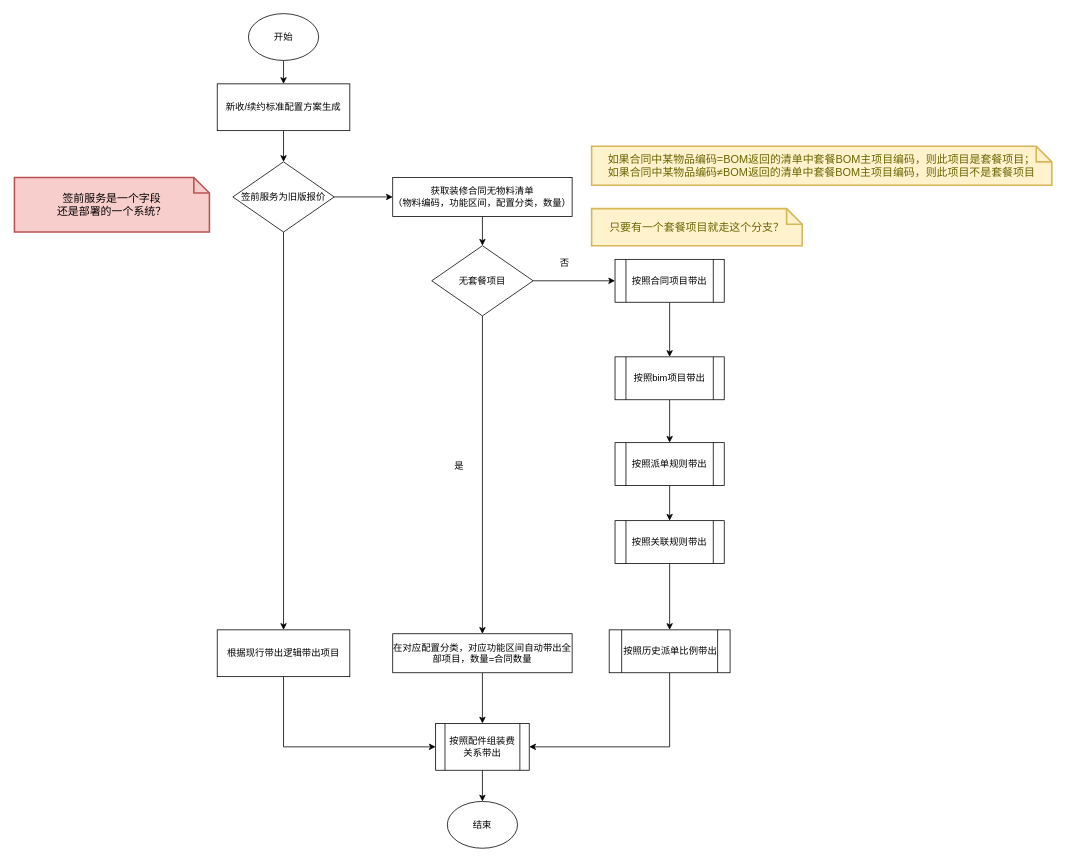
This is page "整体流程" (1 of 6) of ziroom/bim二期流程梳理.drawio from erlieStar/diagrams, a draw.io file, before an edit. Source tidied: cells renumbered, new cells numbered last; positions are measured from the earlier drawing's top-left corner, leaving out a move shared by most shapes. Both pictures are drawn from the tidied source at 78%, with x=0, y=0 at pixel (14, 13).
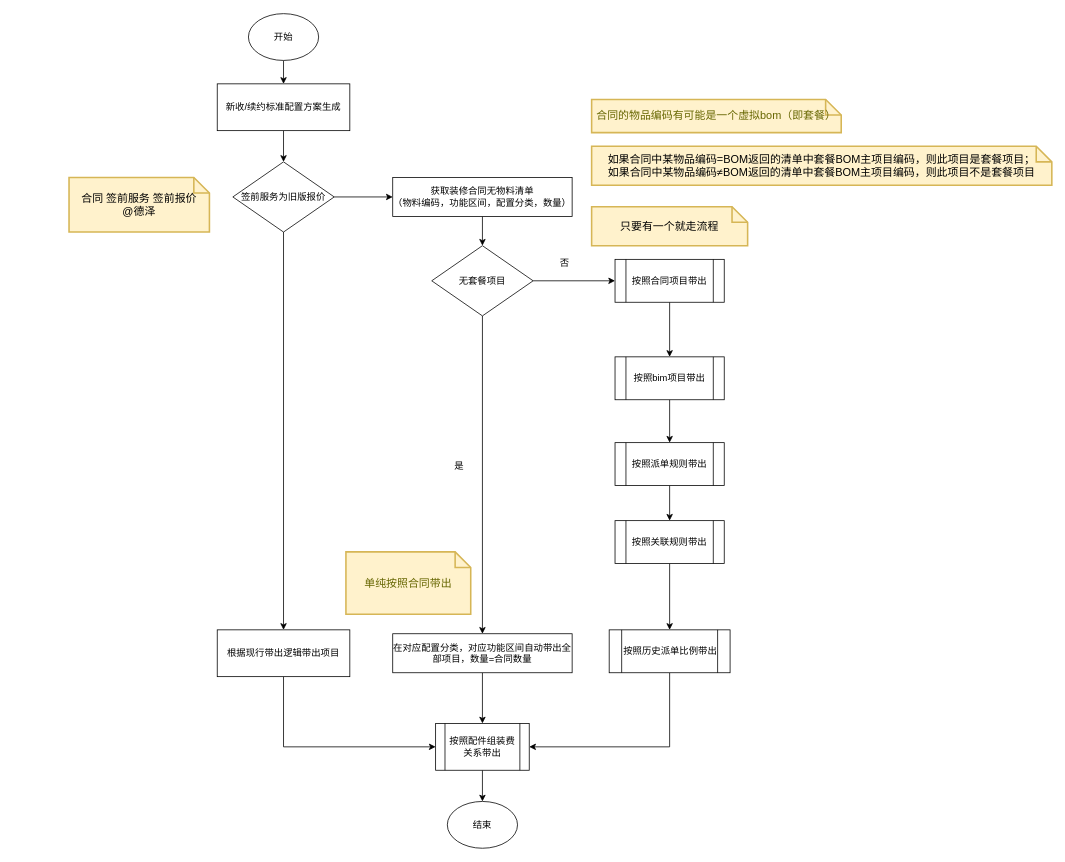
The same page after the edit.

The edit, as a diff of the source:
```diff
@@
-    <mxCell id="17" value="只要有一个套餐项目就走这个分支？" style="shape=note;strokeWidth=2;fontSize=14;size=20;whiteSpace=wrap;html=1;fillColor=#fff2cc;strokeColor=#d6b656;fontColor=#666600;" parent="1" vertex="1">
-      <mxGeometry x="740" y="250" width="270" height="47.5" as="geometry" />
+    <mxCell id="17" value="只要有一个就走流程" style="shape=note;strokeWidth=2;fontSize=14;size=20;whiteSpace=wrap;html=1;fillColor=#fff2cc;strokeColor=#d6b656;" parent="1" vertex="1">
+      <mxGeometry x="740" y="247.5" width="200" height="50" as="geometry" />
     </mxCell>
@@
-    <mxCell id="33" value="签前服务是一个字段&lt;br&gt;还是部署的一个系统？" style="shape=note;strokeWidth=2;fontSize=14;size=20;whiteSpace=wrap;html=1;fillColor=#f8cecc;strokeColor=#b85450;" parent="1" vertex="1">
-      <mxGeometry y="210" width="250" height="70" as="geometry" />
+    <mxCell id="33" value="合同 签前服务 签前报价&lt;br&gt;@德泽" style="shape=note;strokeWidth=2;fontSize=14;size=20;whiteSpace=wrap;html=1;fillColor=#fff2cc;strokeColor=#d6b656;" parent="1" vertex="1">
+      <mxGeometry x="70" y="210" width="180" height="70" as="geometry" />
     </mxCell>
-    <mxCell id="34" value="&lt;span style=&quot;text-align: left;&quot;&gt;如果合同中某物品编码=BOM返回的清单中套餐BOM主项目编码，则此项目是套餐项目；&lt;/span&gt;&lt;br style=&quot;text-align: left;&quot;&gt;&lt;span style=&quot;text-align: left;&quot;&gt;如果合同中某物品编码≠BOM返回的清单中套餐BOM主项目编码，则此项目不是套餐项目&lt;/span&gt;" style="shape=note;strokeWidth=2;fontSize=14;size=20;whiteSpace=wrap;html=1;fillColor=#fff2cc;strokeColor=#d6b656;fontColor=#666600;" parent="1" vertex="1">
+    <mxCell id="34" value="&lt;span style=&quot;text-align: left;&quot;&gt;如果合同中某物品编码=BOM返回的清单中套餐BOM主项目编码，则此项目是套餐项目；&lt;/span&gt;&lt;br style=&quot;text-align: left;&quot;&gt;&lt;span style=&quot;text-align: left;&quot;&gt;如果合同中某物品编码≠BOM返回的清单中套餐BOM主项目编码，则此项目不是套餐项目&lt;/span&gt;" style="shape=note;strokeWidth=2;fontSize=14;size=20;whiteSpace=wrap;html=1;fillColor=#fff2cc;strokeColor=#d6b656;" parent="1" vertex="1">
       <mxGeometry x="740" y="170" width="590" height="50" as="geometry" />
     </mxCell>
@@
+    <mxCell id="36" value="单纯按照合同带出" style="shape=note;strokeWidth=2;fontSize=14;size=20;whiteSpace=wrap;html=1;fillColor=#fff2cc;strokeColor=#d6b656;fontColor=#666600;" parent="1" vertex="1">
+      <mxGeometry x="425" y="690" width="160" height="80" as="geometry" />
+    </mxCell>
+    <mxCell id="37" value="合同的物品编码有可能是一个虚拟bom（即套餐）" style="shape=note;strokeWidth=2;fontSize=14;size=20;whiteSpace=wrap;html=1;fillColor=#fff2cc;strokeColor=#d6b656;fontColor=#666600;" parent="1" vertex="1">
+      <mxGeometry x="740" y="110" width="320" height="42.5" as="geometry" />
+    </mxCell>
```
